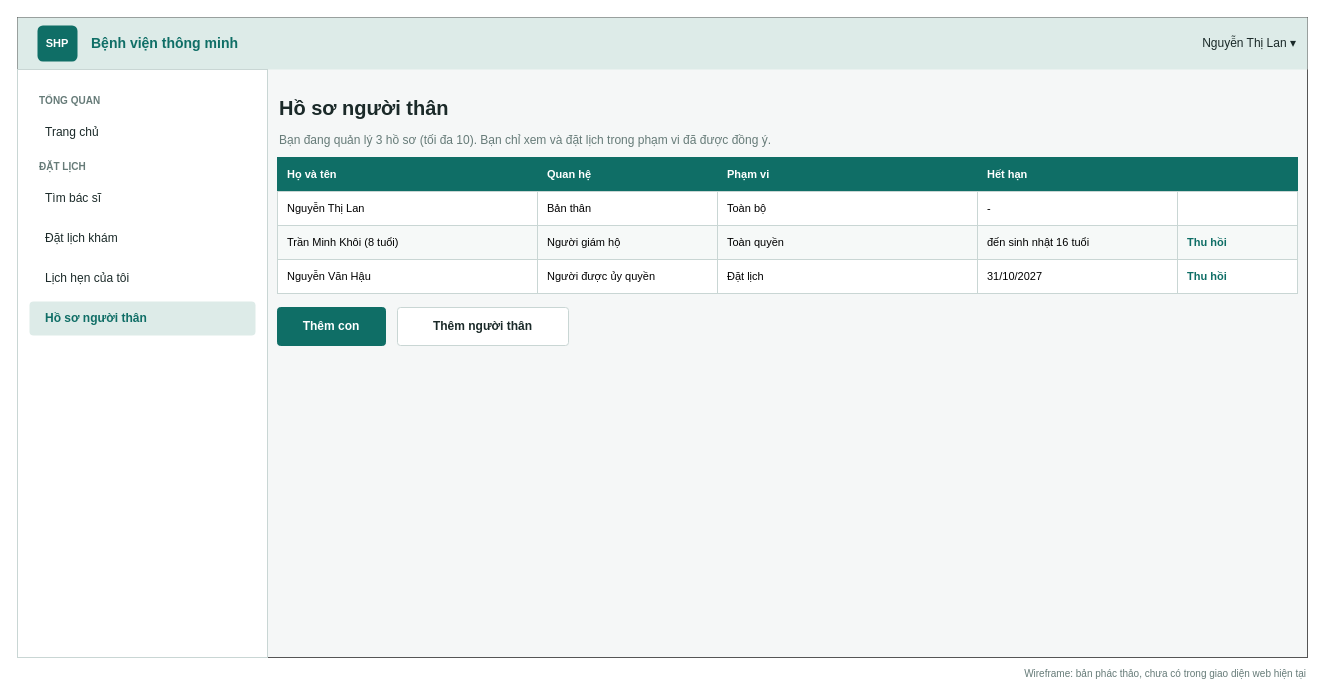
Before: page "Relatives' records" (3 of 17) of docs/02-requirements/srs/dist/diagrams/06-wireframes.drawio in viethung12062005/smart-hospital-platform, a draw.io diagram. Source tidied: cells renumbered, new cells numbered last; positions are measured from the earlier drawing's top-left corner, leaving out a move shared by most shapes. Both pictures are drawn from the tidied source at 100%, with x=0, y=0 at pixel (17, 17).
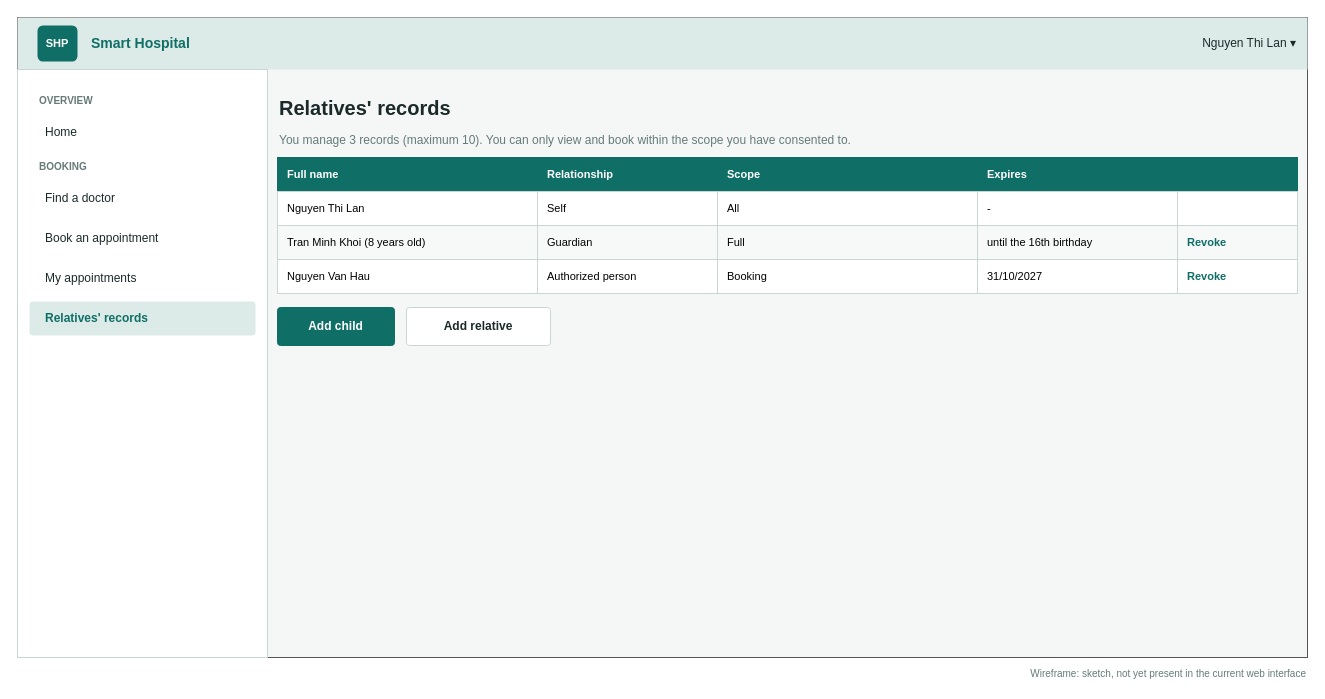
Above is the later version.

Change to the diagram source:
```diff
@@
-    <mxCell id="5" value="&lt;b&gt;Bệnh viện thông minh&lt;/b&gt;" style="text;html=1;align=left;verticalAlign=middle;fontSize=14;fontColor=#0F6E66;" parent="1" vertex="1">
+    <mxCell id="5" value="&lt;b&gt;Smart Hospital&lt;/b&gt;" style="text;html=1;align=left;verticalAlign=middle;fontSize=14;fontColor=#0F6E66;" parent="1" vertex="1">
       <mxGeometry x="72" y="8" width="260" height="36" as="geometry" />
     </mxCell>
-    <mxCell id="6" value="Nguyễn Thị Lan   ▾" style="text;html=1;align=right;verticalAlign=middle;fontSize=12;fontColor=#1B2A29;" parent="1" vertex="1">
+    <mxCell id="6" value="Nguyen Thi Lan   ▾" style="text;html=1;align=right;verticalAlign=middle;fontSize=12;fontColor=#1B2A29;" parent="1" vertex="1">
       <mxGeometry x="950" y="8" width="330" height="36" as="geometry" />
     </mxCell>
@@
-    <mxCell id="8" value="TỔNG QUAN" style="text;html=1;align=left;verticalAlign=middle;fontSize=10;fontColor=#667B78;fontStyle=1;" parent="1" vertex="1">
+    <mxCell id="8" value="OVERVIEW" style="text;html=1;align=left;verticalAlign=middle;fontSize=10;fontColor=#667B78;fontStyle=1;" parent="1" vertex="1">
       <mxGeometry x="20" y="72" width="200" height="22" as="geometry" />
     </mxCell>
-    <mxCell id="9" value="Trang chủ" style="rounded=1;whiteSpace=wrap;html=1;arcSize=12;align=left;spacingLeft=14;fontSize=12;fillColor=#FFFFFF;strokeColor=none;fontColor=#1B2A29;" parent="1" vertex="1">
+    <mxCell id="9" value="Home" style="rounded=1;whiteSpace=wrap;html=1;arcSize=12;align=left;spacingLeft=14;fontSize=12;fillColor=#FFFFFF;strokeColor=none;fontColor=#1B2A29;" parent="1" vertex="1">
       <mxGeometry x="12" y="98" width="226" height="34" as="geometry" />
     </mxCell>
-    <mxCell id="10" value="ĐẶT LỊCH" style="text;html=1;align=left;verticalAlign=middle;fontSize=10;fontColor=#667B78;fontStyle=1;" parent="1" vertex="1">
+    <mxCell id="10" value="BOOKING" style="text;html=1;align=left;verticalAlign=middle;fontSize=10;fontColor=#667B78;fontStyle=1;" parent="1" vertex="1">
       <mxGeometry x="20" y="138" width="200" height="22" as="geometry" />
     </mxCell>
-    <mxCell id="11" value="Tìm bác sĩ" style="rounded=1;whiteSpace=wrap;html=1;arcSize=12;align=left;spacingLeft=14;fontSize=12;fillColor=#FFFFFF;strokeColor=none;fontColor=#1B2A29;" parent="1" vertex="1">
+    <mxCell id="11" value="Find a doctor" style="rounded=1;whiteSpace=wrap;html=1;arcSize=12;align=left;spacingLeft=14;fontSize=12;fillColor=#FFFFFF;strokeColor=none;fontColor=#1B2A29;" parent="1" vertex="1">
       <mxGeometry x="12" y="164" width="226" height="34" as="geometry" />
     </mxCell>
-    <mxCell id="12" value="Đặt lịch khám" style="rounded=1;whiteSpace=wrap;html=1;arcSize=12;align=left;spacingLeft=14;fontSize=12;fillColor=#FFFFFF;strokeColor=none;fontColor=#1B2A29;" parent="1" vertex="1">
+    <mxCell id="12" value="Book an appointment" style="rounded=1;whiteSpace=wrap;html=1;arcSize=12;align=left;spacingLeft=14;fontSize=12;fillColor=#FFFFFF;strokeColor=none;fontColor=#1B2A29;" parent="1" vertex="1">
       <mxGeometry x="12" y="204" width="226" height="34" as="geometry" />
     </mxCell>
-    <mxCell id="13" value="Lịch hẹn của tôi" style="rounded=1;whiteSpace=wrap;html=1;arcSize=12;align=left;spacingLeft=14;fontSize=12;fillColor=#FFFFFF;strokeColor=none;fontColor=#1B2A29;" parent="1" vertex="1">
+    <mxCell id="13" value="My appointments" style="rounded=1;whiteSpace=wrap;html=1;arcSize=12;align=left;spacingLeft=14;fontSize=12;fillColor=#FFFFFF;strokeColor=none;fontColor=#1B2A29;" parent="1" vertex="1">
       <mxGeometry x="12" y="244" width="226" height="34" as="geometry" />
     </mxCell>
-    <mxCell id="14" value="Hồ sơ người thân" style="rounded=1;whiteSpace=wrap;html=1;arcSize=12;align=left;spacingLeft=14;fontSize=12;fillColor=#DDEBE8;strokeColor=none;fontColor=#0F6E66;fontStyle=1;" parent="1" vertex="1">
+    <mxCell id="14" value="Relatives&amp;#x27; records" style="rounded=1;whiteSpace=wrap;html=1;arcSize=12;align=left;spacingLeft=14;fontSize=12;fillColor=#DDEBE8;strokeColor=none;fontColor=#0F6E66;fontStyle=1;" parent="1" vertex="1">
       <mxGeometry x="12" y="284" width="226" height="34" as="geometry" />
     </mxCell>
-    <mxCell id="15" value="Wireframe: bản phác thảo, chưa có trong giao diện web hiện tại" style="text;html=1;align=right;fontSize=10;fontColor=#667B78;" parent="1" vertex="1">
+    <mxCell id="15" value="Wireframe: sketch, not yet present in the current web interface" style="text;html=1;align=right;fontSize=10;fontColor=#667B78;" parent="1" vertex="1">
       <mxGeometry x="850" y="644" width="440" height="20" as="geometry" />
     </mxCell>
-    <mxCell id="16" value="Hồ sơ người thân" style="text;html=1;align=left;verticalAlign=middle;whiteSpace=wrap;fontSize=20;fontColor=#1B2A29;fontStyle=1;" parent="1" vertex="1">
+    <mxCell id="16" value="Relatives&amp;#x27; records" style="text;html=1;align=left;verticalAlign=middle;whiteSpace=wrap;fontSize=20;fontColor=#1B2A29;fontStyle=1;" parent="1" vertex="1">
       <mxGeometry x="260" y="72" width="1020" height="36" as="geometry" />
     </mxCell>
-    <mxCell id="17" value="Bạn đang quản lý 3 hồ sơ (tối đa 10). Bạn chỉ xem và đặt lịch trong phạm vi đã được đồng ý." style="text;html=1;align=left;verticalAlign=middle;whiteSpace=wrap;fontSize=12;fontColor=#667B78;" parent="1" vertex="1">
+    <mxCell id="17" value="You manage 3 records (maximum 10). You can only view and book within the scope you have consented to." style="text;html=1;align=left;verticalAlign=middle;whiteSpace=wrap;fontSize=12;fontColor=#667B78;" parent="1" vertex="1">
       <mxGeometry x="260" y="110" width="1020" height="26" as="geometry" />
     </mxCell>
-    <mxCell id="18" value="Họ và tên" style="rounded=0;whiteSpace=wrap;html=1;fillColor=#0F6E66;strokeColor=#0F6E66;fontColor=#FFFFFF;fontStyle=1;fontSize=11;align=left;spacingLeft=8;" parent="1" vertex="1">
+    <mxCell id="18" value="Full name" style="rounded=0;whiteSpace=wrap;html=1;fillColor=#0F6E66;strokeColor=#0F6E66;fontColor=#FFFFFF;fontStyle=1;fontSize=11;align=left;spacingLeft=8;" parent="1" vertex="1">
       <mxGeometry x="260" y="140" width="260" height="34" as="geometry" />
     </mxCell>
-    <mxCell id="19" value="Quan hệ" style="rounded=0;whiteSpace=wrap;html=1;fillColor=#0F6E66;strokeColor=#0F6E66;fontColor=#FFFFFF;fontStyle=1;fontSize=11;align=left;spacingLeft=8;" parent="1" vertex="1">
+    <mxCell id="19" value="Relationship" style="rounded=0;whiteSpace=wrap;html=1;fillColor=#0F6E66;strokeColor=#0F6E66;fontColor=#FFFFFF;fontStyle=1;fontSize=11;align=left;spacingLeft=8;" parent="1" vertex="1">
       <mxGeometry x="520" y="140" width="180" height="34" as="geometry" />
     </mxCell>
-    <mxCell id="20" value="Phạm vi" style="rounded=0;whiteSpace=wrap;html=1;fillColor=#0F6E66;strokeColor=#0F6E66;fontColor=#FFFFFF;fontStyle=1;fontSize=11;align=left;spacingLeft=8;" parent="1" vertex="1">
+    <mxCell id="20" value="Scope" style="rounded=0;whiteSpace=wrap;html=1;fillColor=#0F6E66;strokeColor=#0F6E66;fontColor=#FFFFFF;fontStyle=1;fontSize=11;align=left;spacingLeft=8;" parent="1" vertex="1">
       <mxGeometry x="700" y="140" width="260" height="34" as="geometry" />
     </mxCell>
-    <mxCell id="21" value="Hết hạn" style="rounded=0;whiteSpace=wrap;html=1;fillColor=#0F6E66;strokeColor=#0F6E66;fontColor=#FFFFFF;fontStyle=1;fontSize=11;align=left;spacingLeft=8;" parent="1" vertex="1">
+    <mxCell id="21" value="Expires" style="rounded=0;whiteSpace=wrap;html=1;fillColor=#0F6E66;strokeColor=#0F6E66;fontColor=#FFFFFF;fontStyle=1;fontSize=11;align=left;spacingLeft=8;" parent="1" vertex="1">
       <mxGeometry x="960" y="140" width="200" height="34" as="geometry" />
     </mxCell>
@@
-    <mxCell id="23" value="Nguyễn Thị Lan" style="rounded=0;whiteSpace=wrap;html=1;fillColor=#FFFFFF;strokeColor=#C9D6D4;fontSize=11;align=left;spacingLeft=8;" parent="1" vertex="1">
+    <mxCell id="23" value="Nguyen Thi Lan" style="rounded=0;whiteSpace=wrap;html=1;fillColor=#FFFFFF;strokeColor=#C9D6D4;fontSize=11;align=left;spacingLeft=8;" parent="1" vertex="1">
       <mxGeometry x="260" y="174" width="260" height="34" as="geometry" />
     </mxCell>
-    <mxCell id="24" value="Bản thân" style="rounded=0;whiteSpace=wrap;html=1;fillColor=#FFFFFF;strokeColor=#C9D6D4;fontSize=11;align=left;spacingLeft=8;" parent="1" vertex="1">
+    <mxCell id="24" value="Self" style="rounded=0;whiteSpace=wrap;html=1;fillColor=#FFFFFF;strokeColor=#C9D6D4;fontSize=11;align=left;spacingLeft=8;" parent="1" vertex="1">
       <mxGeometry x="520" y="174" width="180" height="34" as="geometry" />
     </mxCell>
-    <mxCell id="25" value="Toàn bộ" style="rounded=0;whiteSpace=wrap;html=1;fillColor=#FFFFFF;strokeColor=#C9D6D4;fontSize=11;align=left;spacingLeft=8;" parent="1" vertex="1">
+    <mxCell id="25" value="All" style="rounded=0;whiteSpace=wrap;html=1;fillColor=#FFFFFF;strokeColor=#C9D6D4;fontSize=11;align=left;spacingLeft=8;" parent="1" vertex="1">
       <mxGeometry x="700" y="174" width="260" height="34" as="geometry" />
     </mxCell>
@@
-    <mxCell id="28" value="Trần Minh Khôi (8 tuổi)" style="rounded=0;whiteSpace=wrap;html=1;fillColor=#F6F9F8;strokeColor=#C9D6D4;fontSize=11;align=left;spacingLeft=8;" parent="1" vertex="1">
+    <mxCell id="28" value="Tran Minh Khoi (8 years old)" style="rounded=0;whiteSpace=wrap;html=1;fillColor=#F6F9F8;strokeColor=#C9D6D4;fontSize=11;align=left;spacingLeft=8;" parent="1" vertex="1">
       <mxGeometry x="260" y="208" width="260" height="34" as="geometry" />
     </mxCell>
-    <mxCell id="29" value="Người giám hộ" style="rounded=0;whiteSpace=wrap;html=1;fillColor=#F6F9F8;strokeColor=#C9D6D4;fontSize=11;align=left;spacingLeft=8;" parent="1" vertex="1">
+    <mxCell id="29" value="Guardian" style="rounded=0;whiteSpace=wrap;html=1;fillColor=#F6F9F8;strokeColor=#C9D6D4;fontSize=11;align=left;spacingLeft=8;" parent="1" vertex="1">
       <mxGeometry x="520" y="208" width="180" height="34" as="geometry" />
     </mxCell>
-    <mxCell id="30" value="Toàn quyền" style="rounded=0;whiteSpace=wrap;html=1;fillColor=#F6F9F8;strokeColor=#C9D6D4;fontSize=11;align=left;spacingLeft=8;" parent="1" vertex="1">
+    <mxCell id="30" value="Full" style="rounded=0;whiteSpace=wrap;html=1;fillColor=#F6F9F8;strokeColor=#C9D6D4;fontSize=11;align=left;spacingLeft=8;" parent="1" vertex="1">
       <mxGeometry x="700" y="208" width="260" height="34" as="geometry" />
     </mxCell>
-    <mxCell id="31" value="đến sinh nhật 16 tuổi" style="rounded=0;whiteSpace=wrap;html=1;fillColor=#F6F9F8;strokeColor=#C9D6D4;fontSize=11;align=left;spacingLeft=8;" parent="1" vertex="1">
+    <mxCell id="31" value="until the 16th birthday" style="rounded=0;whiteSpace=wrap;html=1;fillColor=#F6F9F8;strokeColor=#C9D6D4;fontSize=11;align=left;spacingLeft=8;" parent="1" vertex="1">
       <mxGeometry x="960" y="208" width="200" height="34" as="geometry" />
     </mxCell>
-    <mxCell id="32" value="Thu hồi" style="rounded=0;whiteSpace=wrap;html=1;fillColor=#F6F9F8;strokeColor=#C9D6D4;fontSize=11;align=left;spacingLeft=8;fontColor=#0F6E66;fontStyle=1;" parent="1" vertex="1">
+    <mxCell id="32" value="Revoke" style="rounded=0;whiteSpace=wrap;html=1;fillColor=#F6F9F8;strokeColor=#C9D6D4;fontSize=11;align=left;spacingLeft=8;fontColor=#0F6E66;fontStyle=1;" parent="1" vertex="1">
       <mxGeometry x="1160" y="208" width="120" height="34" as="geometry" />
     </mxCell>
-    <mxCell id="33" value="Nguyễn Văn Hậu" style="rounded=0;whiteSpace=wrap;html=1;fillColor=#FFFFFF;strokeColor=#C9D6D4;fontSize=11;align=left;spacingLeft=8;" parent="1" vertex="1">
+    <mxCell id="33" value="Nguyen Van Hau" style="rounded=0;whiteSpace=wrap;html=1;fillColor=#FFFFFF;strokeColor=#C9D6D4;fontSize=11;align=left;spacingLeft=8;" parent="1" vertex="1">
       <mxGeometry x="260" y="242" width="260" height="34" as="geometry" />
     </mxCell>
-    <mxCell id="34" value="Người được ủy quyền" style="rounded=0;whiteSpace=wrap;html=1;fillColor=#FFFFFF;strokeColor=#C9D6D4;fontSize=11;align=left;spacingLeft=8;" parent="1" vertex="1">
+    <mxCell id="34" value="Authorized person" style="rounded=0;whiteSpace=wrap;html=1;fillColor=#FFFFFF;strokeColor=#C9D6D4;fontSize=11;align=left;spacingLeft=8;" parent="1" vertex="1">
       <mxGeometry x="520" y="242" width="180" height="34" as="geometry" />
     </mxCell>
-    <mxCell id="35" value="Đặt lịch" style="rounded=0;whiteSpace=wrap;html=1;fillColor=#FFFFFF;strokeColor=#C9D6D4;fontSize=11;align=left;spacingLeft=8;" parent="1" vertex="1">
+    <mxCell id="35" value="Booking" style="rounded=0;whiteSpace=wrap;html=1;fillColor=#FFFFFF;strokeColor=#C9D6D4;fontSize=11;align=left;spacingLeft=8;" parent="1" vertex="1">
       <mxGeometry x="700" y="242" width="260" height="34" as="geometry" />
     </mxCell>
@@
-    <mxCell id="37" value="Thu hồi" style="rounded=0;whiteSpace=wrap;html=1;fillColor=#FFFFFF;strokeColor=#C9D6D4;fontSize=11;align=left;spacingLeft=8;fontColor=#0F6E66;fontStyle=1;" parent="1" vertex="1">
+    <mxCell id="37" value="Revoke" style="rounded=0;whiteSpace=wrap;html=1;fillColor=#FFFFFF;strokeColor=#C9D6D4;fontSize=11;align=left;spacingLeft=8;fontColor=#0F6E66;fontStyle=1;" parent="1" vertex="1">
       <mxGeometry x="1160" y="242" width="120" height="34" as="geometry" />
     </mxCell>
-    <mxCell id="38" value="Thêm con" style="rounded=1;whiteSpace=wrap;html=1;arcSize=8;fillColor=#0F6E66;strokeColor=#0F6E66;fontSize=12;fontColor=#1B2A29;fontStyle=1;fontColor=#FFFFFF;" parent="1" vertex="1">
-      <mxGeometry x="260" y="290" width="108" height="38" as="geometry" />
+    <mxCell id="38" value="Add child" style="rounded=1;whiteSpace=wrap;html=1;arcSize=8;fillColor=#0F6E66;strokeColor=#0F6E66;fontSize=12;fontColor=#1B2A29;fontStyle=1;fontColor=#FFFFFF;" parent="1" vertex="1">
+      <mxGeometry x="260" y="290" width="117" height="38" as="geometry" />
     </mxCell>
-    <mxCell id="39" value="Thêm người thân" style="rounded=1;whiteSpace=wrap;html=1;arcSize=8;fillColor=#FFFFFF;strokeColor=#C9D6D4;fontSize=12;fontColor=#1B2A29;fontStyle=1;fontColor=#1B2A29;" parent="1" vertex="1">
-      <mxGeometry x="380" y="290" width="171" height="38" as="geometry" />
+    <mxCell id="39" value="Add relative" style="rounded=1;whiteSpace=wrap;html=1;arcSize=8;fillColor=#FFFFFF;strokeColor=#C9D6D4;fontSize=12;fontColor=#1B2A29;fontStyle=1;fontColor=#1B2A29;" parent="1" vertex="1">
+      <mxGeometry x="389" y="290" width="144" height="38" as="geometry" />
     </mxCell>
```
